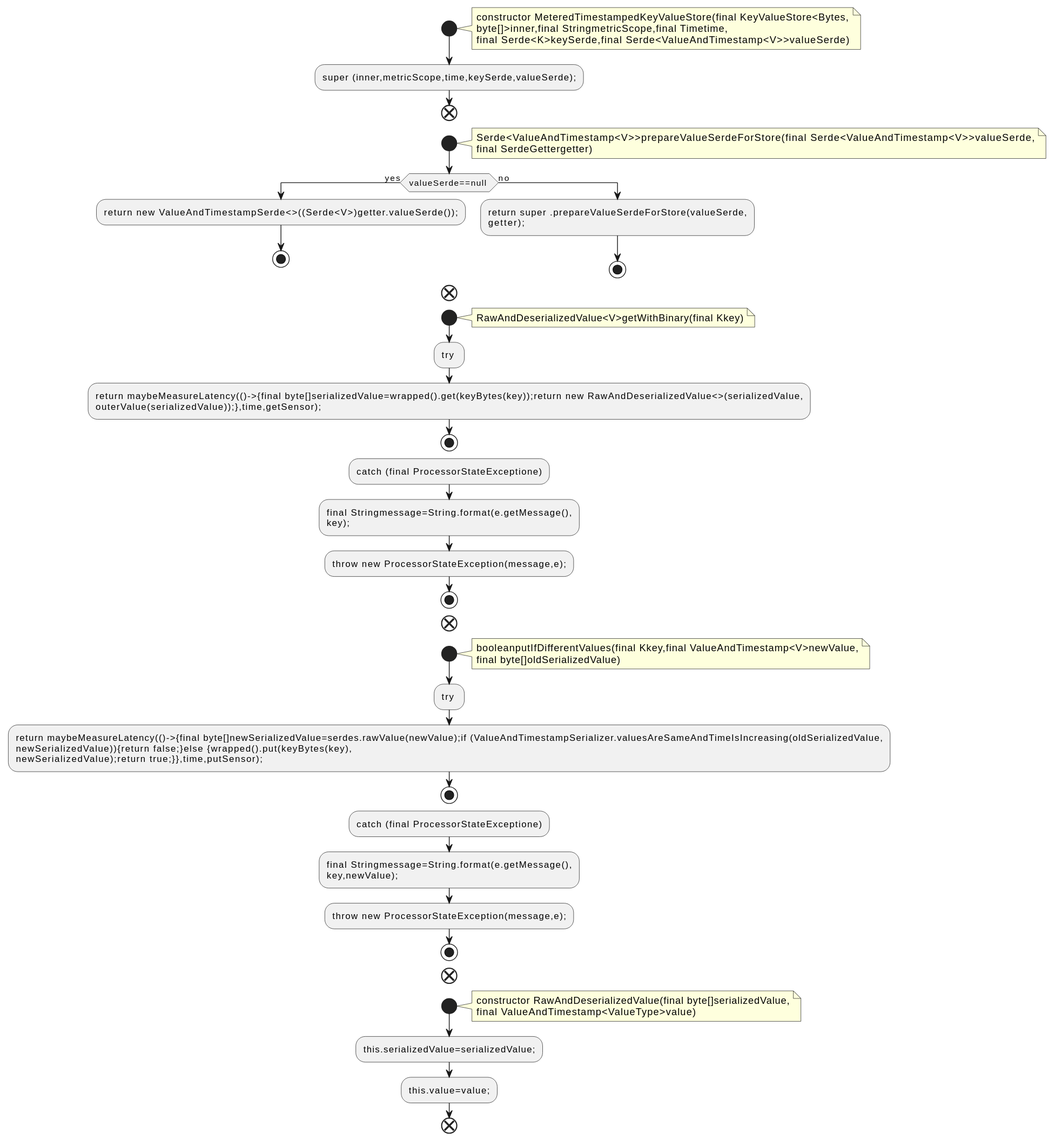
Earlier version of the PlantUML export docs/qc/streams/src/main/java/org/apache/kafka/streams/state/internals/MeteredTimestampedKeyValueStore.java.fct.svg (qualitesys/kafka).
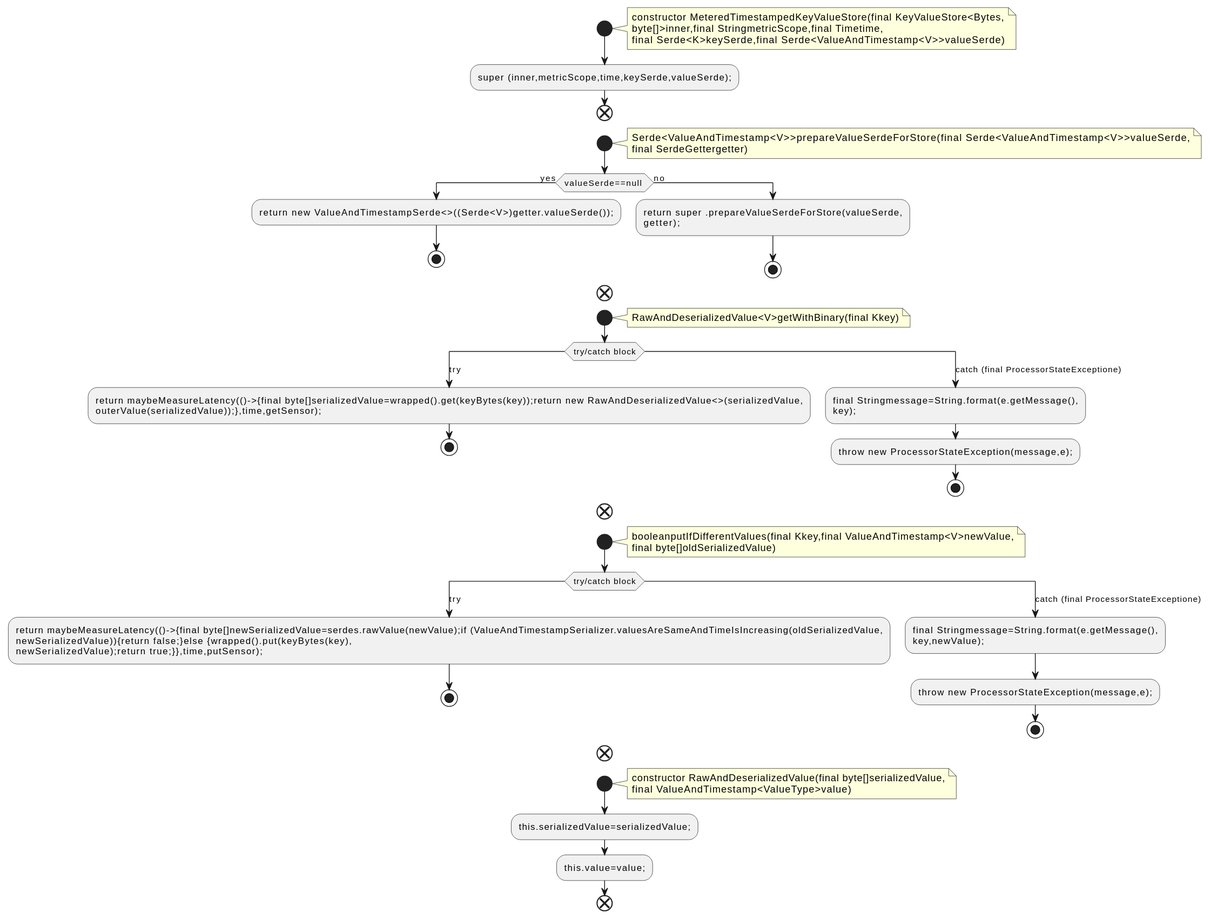
The same diagram one commit later.

Diff of the diagram source:
```diff
@@ -26,31 +26,35 @@
 note right
 RawAndDeserializedValue<V>getWithBinary(final Kkey)
 end note
-:try ;
+switch (try/catch block)
+case (try)
 :return maybeMeasureLatency(()->{final byte[]serializedValue=wrapped().get(keyBytes(key));return new RawAndDeserializedValue<>(serializedValue,
 outerValue(serializedValue));},time,getSensor);;
 stop
-:catch (final ProcessorStateExceptione);
+case (catch (final ProcessorStateExceptione))
 :final Stringmessage=String.format(e.getMessage(),
 key);;
 :throw new ProcessorStateException(message,e);;
 stop
+endswitch
 end
 start
 note right
 booleanputIfDifferentValues(final Kkey,final ValueAndTimestamp<V>newValue,
 final byte[]oldSerializedValue)
 end note
-:try ;
+switch (try/catch block)
+case (try)
 :return maybeMeasureLatency(()->{final byte[]newSerializedValue=serdes.rawValue(newValue);if (ValueAndTimestampSerializer.valuesAreSameAndTimeIsIncreasing(oldSerializedValue,
 newSerializedValue)){return false;}else {wrapped().put(keyBytes(key),
 newSerializedValue);return true;}},time,putSensor);;
 stop
-:catch (final ProcessorStateExceptione);
+case (catch (final ProcessorStateExceptione))
 :final Stringmessage=String.format(e.getMessage(),
 key,newValue);;
 :throw new ProcessorStateException(message,e);;
 stop
+endswitch
 end
 start
 note right
```
